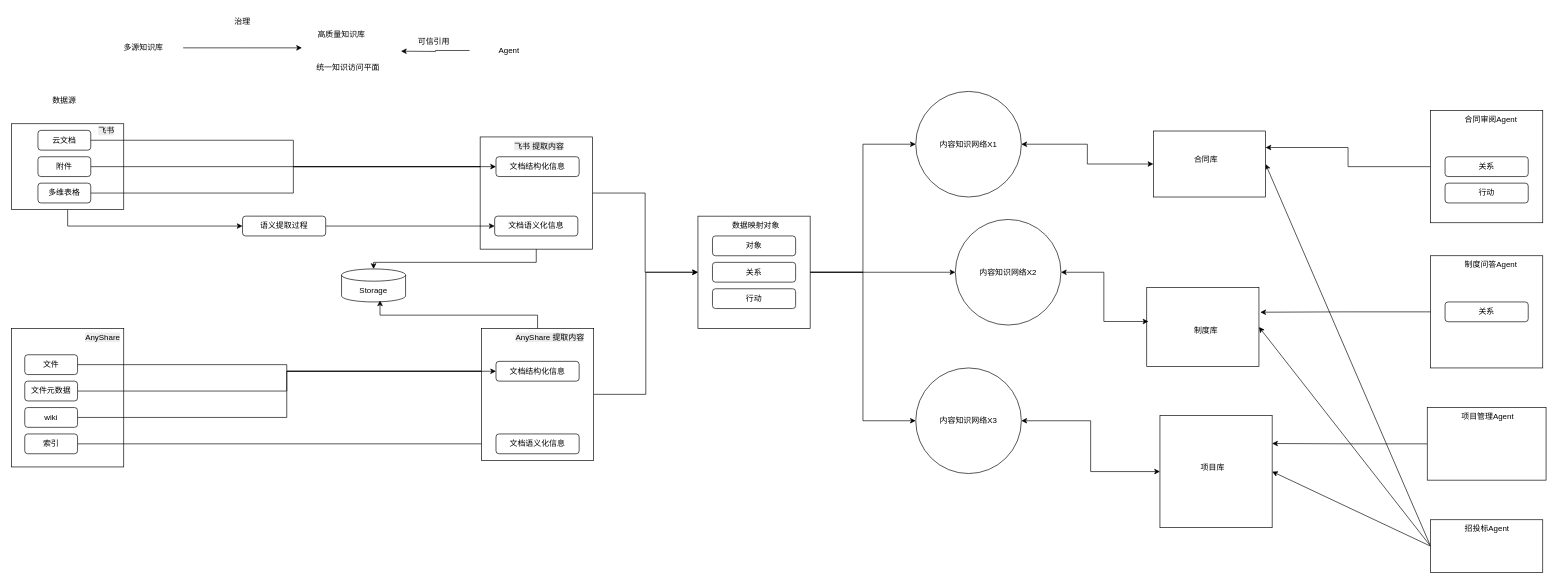
This is kcenter_agent.drawio from redpoppet/drawio_hub, a draw.io file, before an edit. Source tidied: cells renumbered, new cells numbered last; positions are measured from the earlier drawing's top-left corner, leaving out a move shared by most shapes. Both pictures are drawn from the tidied source at 66%, with x=0, y=0 at pixel (11, 11).
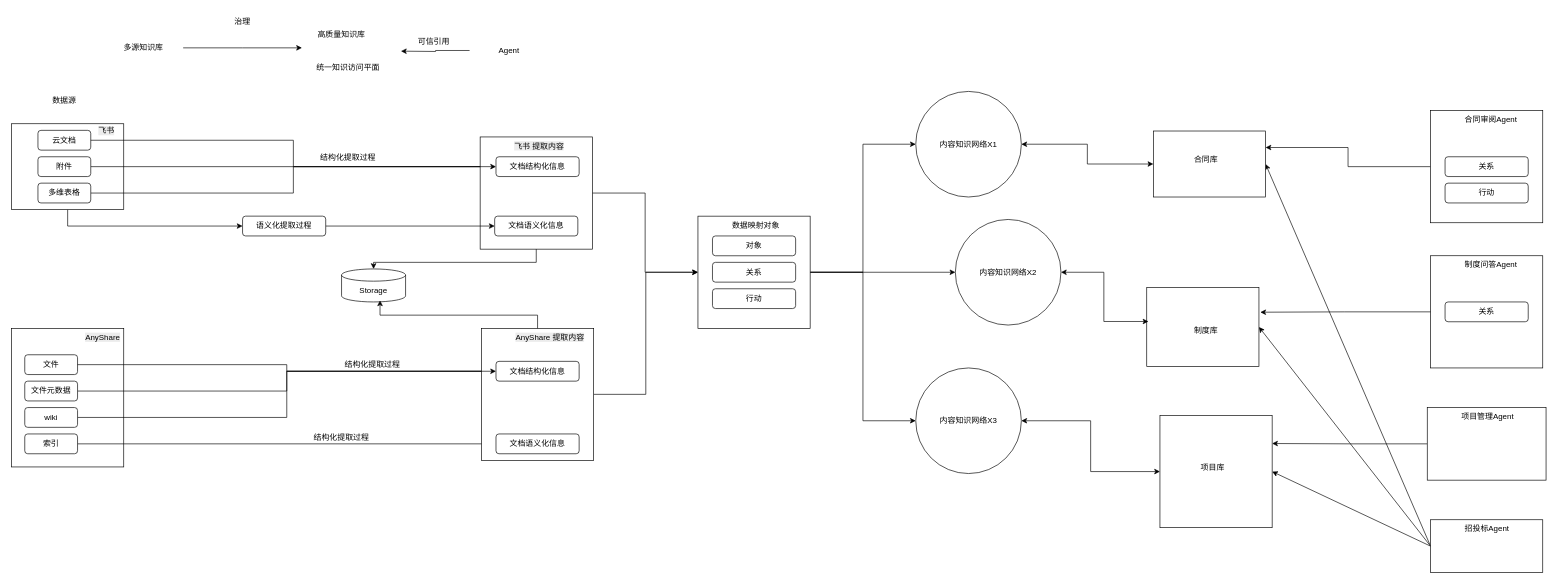
After the change.

What changed in the source:
```diff
@@
-    <mxCell id="69" value="语义提取过程" style="rounded=1;whiteSpace=wrap;html=1;" parent="1" vertex="1">
+    <mxCell id="69" value="语义化提取过程" style="rounded=1;whiteSpace=wrap;html=1;" parent="1" vertex="1">
       <mxGeometry x="350" y="310" width="126" height="30" as="geometry" />
     </mxCell>
@@
+    <mxCell id="83" value="结构化提取过程" style="text;html=1;whiteSpace=wrap;strokeColor=none;fillColor=none;align=center;verticalAlign=middle;rounded=0;" parent="1" vertex="1">
+      <mxGeometry x="460" y="207" width="100" height="30" as="geometry" />
+    </mxCell>
+    <mxCell id="84" value="结构化提取过程" style="text;html=1;whiteSpace=wrap;strokeColor=none;fillColor=none;align=center;verticalAlign=middle;rounded=0;" parent="1" vertex="1">
+      <mxGeometry x="497" y="520" width="100" height="30" as="geometry" />
+    </mxCell>
+    <mxCell id="85" value="结构化提取过程" style="text;html=1;whiteSpace=wrap;strokeColor=none;fillColor=none;align=center;verticalAlign=middle;rounded=0;" parent="1" vertex="1">
+      <mxGeometry x="450" y="630" width="100" height="30" as="geometry" />
+    </mxCell>
```
